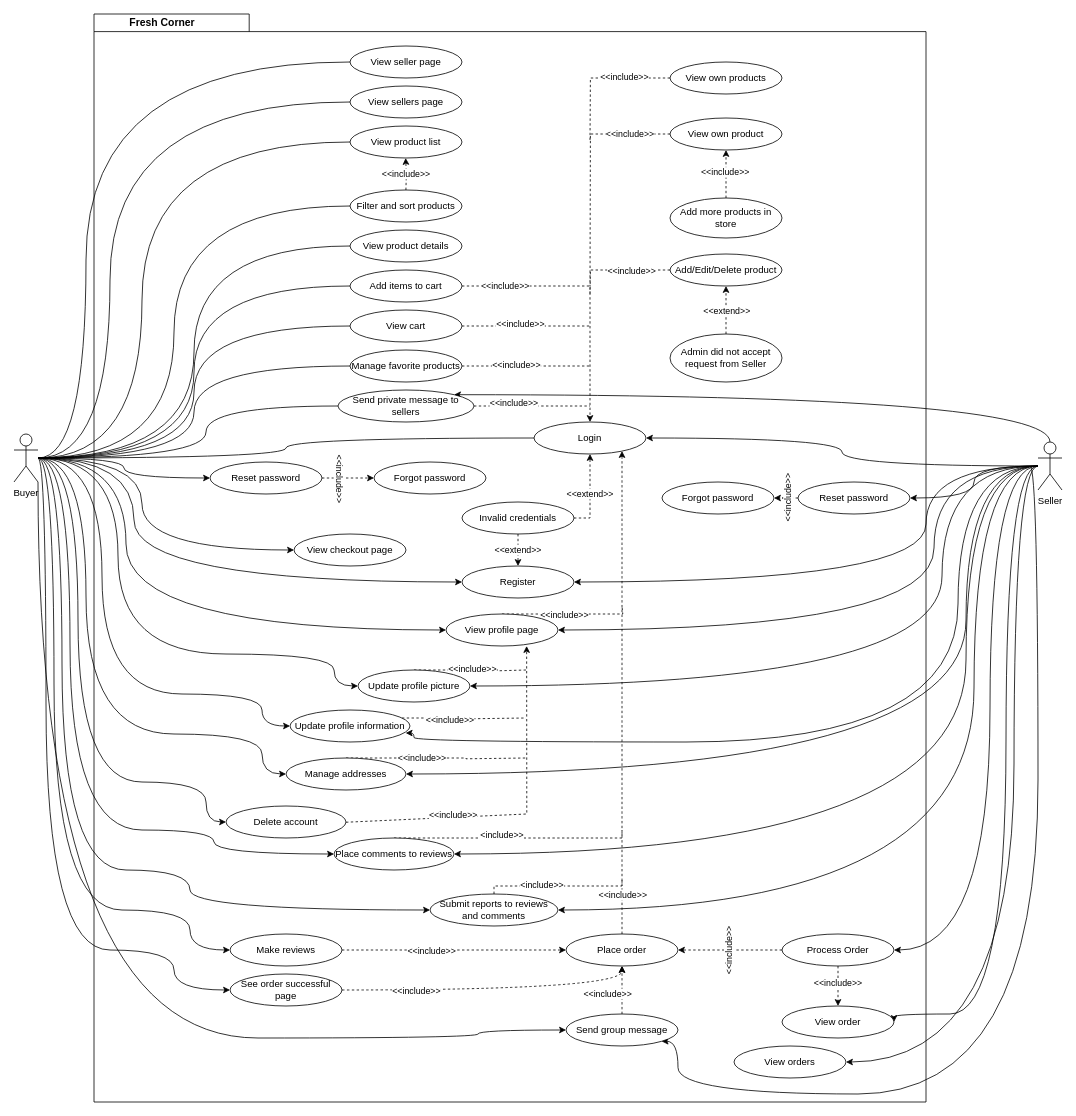
The draw.io diagram page "client seller ucd" (6 of 7) of use_case_diagram.drawio in ErikaRusznak/piazza-ecommerce, before the edit. Source tidied: cells renumbered, new cells numbered last; positions are measured from the earlier drawing's top-left corner, leaving out a move shared by most shapes. Both pictures are drawn from the tidied source at 80%, with x=0, y=0 at pixel (14, 14).
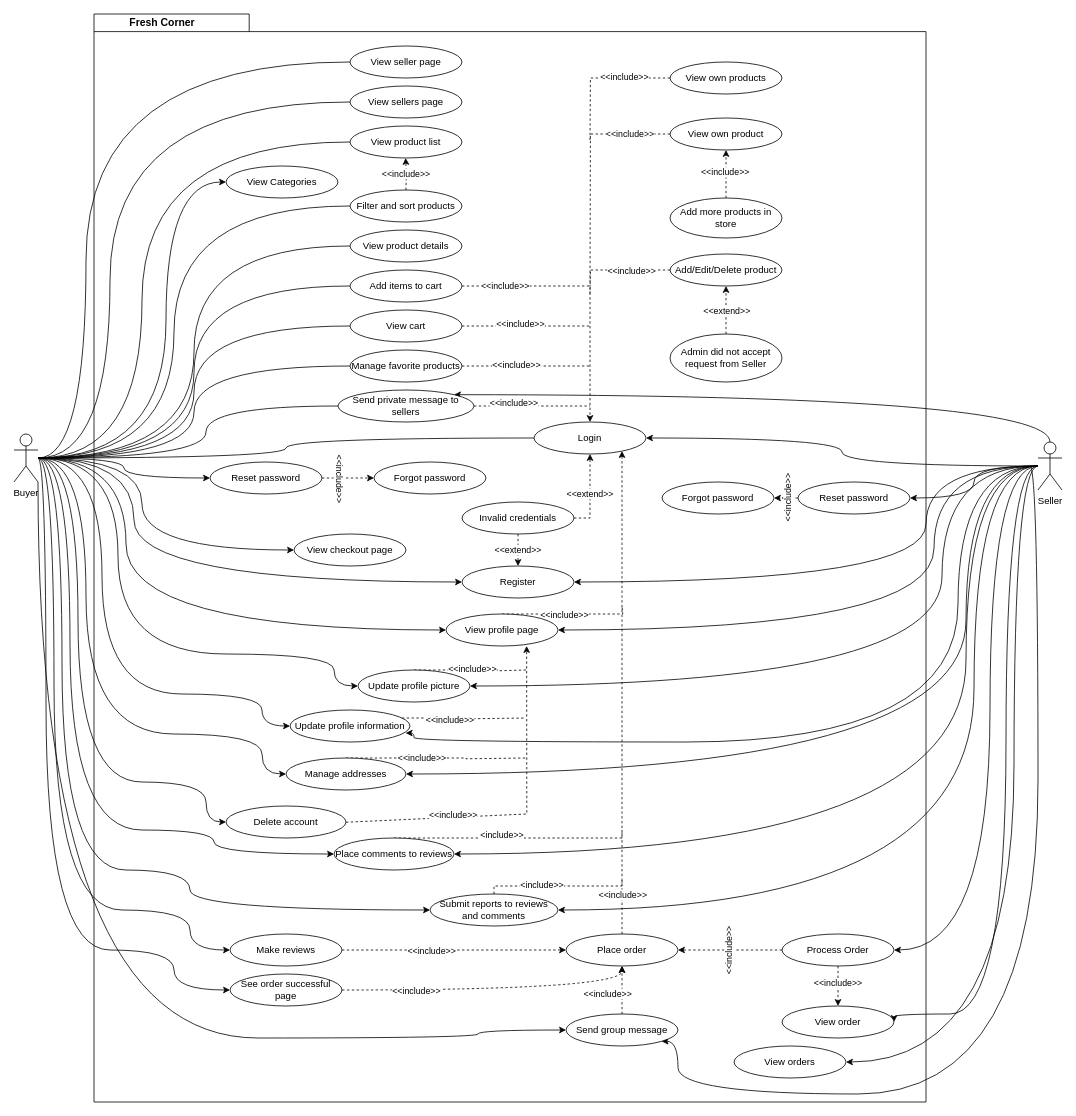
The same page after the edit.

Unchanged cells that the change refers to:
```xml
<mxCell id="26" value="Buyer" style="shape=umlActor;verticalLabelPosition=bottom;verticalAlign=top;html=1;outlineConnect=0;" parent="1" vertex="1">
  <mxGeometry y="525" width="30" height="60" as="geometry" />
</mxCell>
```

What changed in the source:
```diff
@@
+    <mxCell id="130" style="edgeStyle=orthogonalEdgeStyle;rounded=0;jettySize=auto;html=1;entryX=0;entryY=0.5;entryDx=0;entryDy=0;curved=1;" parent="1" edge="1" source="26" target="131">
+      <mxGeometry relative="1" as="geometry">
+        <Array as="points">
+          <mxPoint x="190" y="555" />
+          <mxPoint x="190" y="210" />
+        </Array>
+      </mxGeometry>
+    </mxCell>
@@
+    <mxCell id="131" value="View Categories" style="ellipse;whiteSpace=wrap;html=1;" parent="1" vertex="1">
+      <mxGeometry x="265" y="190" width="140" height="40" as="geometry" />
+    </mxCell>
```
